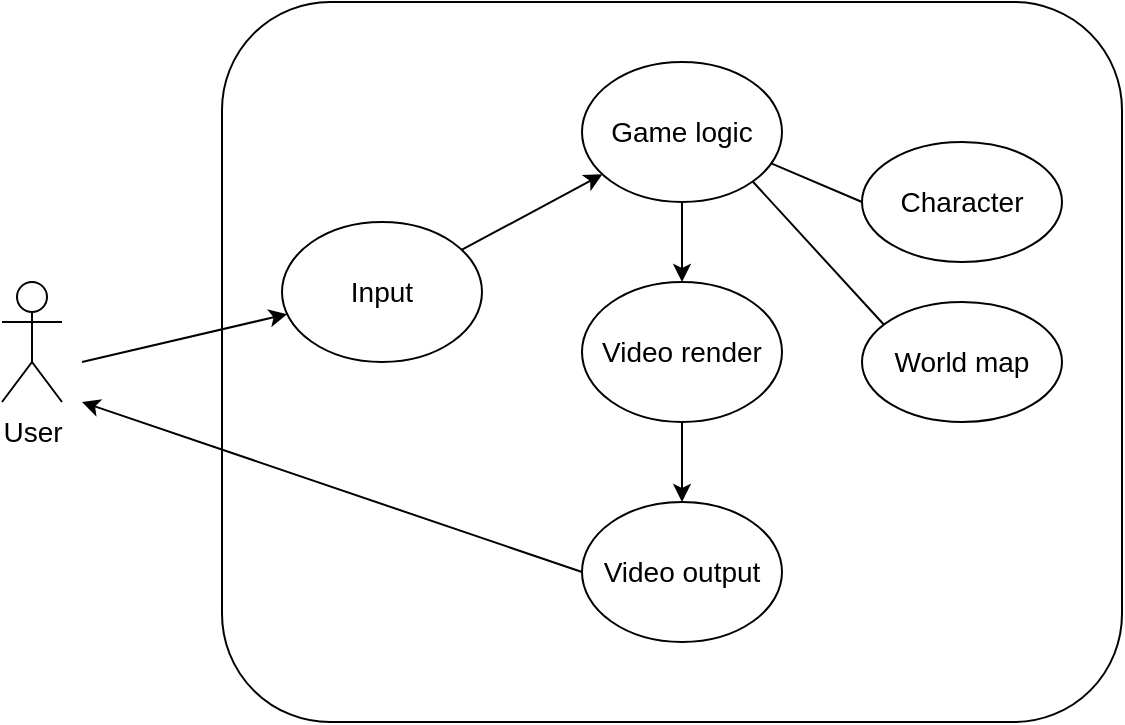
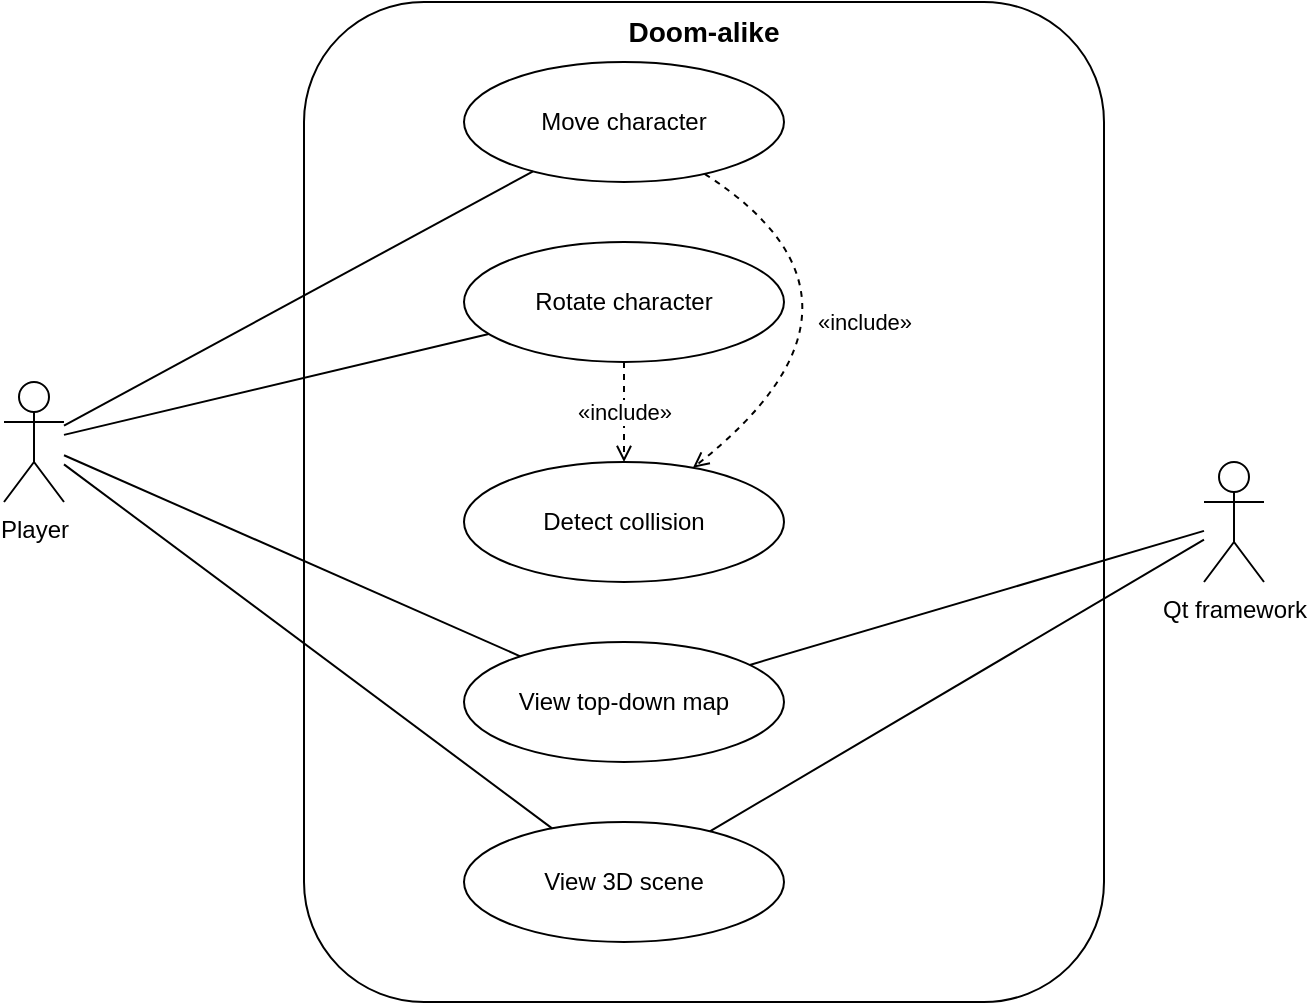
<mxfile host="Electron" agent="Mozilla/5.0 (Windows NT 10.0; Win64; x64) AppleWebKit/537.36 (KHTML, like Gecko) draw.io/29.6.6 Chrome/144.0.7559.236 Electron/40.8.4 Safari/537.36" version="29.6.6">
-   <diagram name="Page-1" id="4zs0jO5cwcz9qwuD7cei">
-     <mxGraphModel dx="983" dy="703" grid="1" gridSize="10" guides="1" tooltips="1" connect="1" arrows="1" fold="1" page="1" pageScale="1" pageWidth="850" pageHeight="1100" math="0" shadow="0">
+   <diagram name="Use Case" id="4zs0jO5cwcz9qwuD7cei">
+     <mxGraphModel dx="1426" dy="841" grid="1" gridSize="10" guides="1" tooltips="1" connect="1" arrows="1" fold="1" page="1" pageScale="1" pageWidth="850" pageHeight="1100" math="0" shadow="0">
      <root>
        <mxCell id="0" />
        <mxCell id="1" parent="0" />
-         <mxCell id="b_CLbPcl0MHerwcyEdIf-1" parent="1" style="shape=umlActor;verticalLabelPosition=bottom;verticalAlign=top;html=1;" value="&lt;font style=&quot;font-size: 14px;&quot;&gt;User&lt;/font&gt;&lt;div&gt;&lt;br&gt;&lt;/div&gt;" vertex="1">
-           <mxGeometry height="60" width="30" x="100" y="320" as="geometry" />
+         <mxCell id="ddKI2BPSaN-I5EmDwQ2g-1" parent="1" style="rounded=1;whiteSpace=wrap;html=1;verticalAlign=top;fontSize=14;fontStyle=1;" value="Doom-alike" vertex="1">
+           <mxGeometry height="500" width="400" x="220" y="250" as="geometry" />
        </mxCell>
-         <mxCell id="b_CLbPcl0MHerwcyEdIf-3" parent="1" style="rounded=1;whiteSpace=wrap;html=1;" value="" vertex="1">
-           <mxGeometry height="360" width="450" x="210" y="180" as="geometry" />
+         <mxCell id="ddKI2BPSaN-I5EmDwQ2g-2" parent="1" style="shape=umlActor;verticalLabelPosition=bottom;verticalAlign=top;html=1;" value="Player" vertex="1">
+           <mxGeometry height="60" width="30" x="70" y="440" as="geometry" />
        </mxCell>
-         <mxCell id="b_CLbPcl0MHerwcyEdIf-4" edge="1" parent="1" style="endArrow=classic;html=1;rounded=0;" target="b_CLbPcl0MHerwcyEdIf-5" value="">
-           <mxGeometry height="50" relative="1" width="50" as="geometry">
-             <mxPoint x="140" y="360" as="sourcePoint" />
-             <mxPoint x="170" y="390" as="targetPoint" />
+         <mxCell id="ddKI2BPSaN-I5EmDwQ2g-3" parent="1" style="shape=umlActor;verticalLabelPosition=bottom;verticalAlign=top;html=1;" value="Qt framework" vertex="1">
+           <mxGeometry height="60" width="30" x="670" y="480" as="geometry" />
+         </mxCell>
+         <mxCell id="ddKI2BPSaN-I5EmDwQ2g-4" parent="1" style="ellipse;whiteSpace=wrap;html=1;" value="Move character" vertex="1">
+           <mxGeometry height="60" width="160" x="300" y="280" as="geometry" />
+         </mxCell>
+         <mxCell id="ddKI2BPSaN-I5EmDwQ2g-5" parent="1" style="ellipse;whiteSpace=wrap;html=1;" value="Rotate character" vertex="1">
+           <mxGeometry height="60" width="160" x="300" y="370" as="geometry" />
+         </mxCell>
+         <mxCell id="ddKI2BPSaN-I5EmDwQ2g-6" parent="1" style="ellipse;whiteSpace=wrap;html=1;" value="Detect collision" vertex="1">
+           <mxGeometry height="60" width="160" x="300" y="480" as="geometry" />
+         </mxCell>
+         <mxCell id="ddKI2BPSaN-I5EmDwQ2g-7" parent="1" style="ellipse;whiteSpace=wrap;html=1;" value="View top-down map" vertex="1">
+           <mxGeometry height="60" width="160" x="300" y="570" as="geometry" />
+         </mxCell>
+         <mxCell id="ddKI2BPSaN-I5EmDwQ2g-8" parent="1" style="ellipse;whiteSpace=wrap;html=1;" value="View 3D scene" vertex="1">
+           <mxGeometry height="60" width="160" x="300" y="660" as="geometry" />
+         </mxCell>
+         <mxCell id="ddKI2BPSaN-I5EmDwQ2g-9" edge="1" parent="1" source="ddKI2BPSaN-I5EmDwQ2g-2" style="endArrow=none;html=1;" target="ddKI2BPSaN-I5EmDwQ2g-4">
+           <mxGeometry relative="1" as="geometry" />
+         </mxCell>
+         <mxCell id="ddKI2BPSaN-I5EmDwQ2g-10" edge="1" parent="1" source="ddKI2BPSaN-I5EmDwQ2g-2" style="endArrow=none;html=1;" target="ddKI2BPSaN-I5EmDwQ2g-5">
+           <mxGeometry relative="1" as="geometry" />
+         </mxCell>
+         <mxCell id="ddKI2BPSaN-I5EmDwQ2g-11" edge="1" parent="1" source="ddKI2BPSaN-I5EmDwQ2g-2" style="endArrow=none;html=1;" target="ddKI2BPSaN-I5EmDwQ2g-7">
+           <mxGeometry relative="1" as="geometry" />
+         </mxCell>
+         <mxCell id="ddKI2BPSaN-I5EmDwQ2g-12" edge="1" parent="1" source="ddKI2BPSaN-I5EmDwQ2g-2" style="endArrow=none;html=1;" target="ddKI2BPSaN-I5EmDwQ2g-8">
+           <mxGeometry relative="1" as="geometry" />
+         </mxCell>
+         <mxCell id="ddKI2BPSaN-I5EmDwQ2g-13" edge="1" parent="1" source="ddKI2BPSaN-I5EmDwQ2g-7" style="endArrow=none;html=1;" target="ddKI2BPSaN-I5EmDwQ2g-3">
+           <mxGeometry relative="1" as="geometry" />
+         </mxCell>
+         <mxCell id="ddKI2BPSaN-I5EmDwQ2g-14" edge="1" parent="1" source="ddKI2BPSaN-I5EmDwQ2g-8" style="endArrow=none;html=1;" target="ddKI2BPSaN-I5EmDwQ2g-3">
+           <mxGeometry relative="1" as="geometry" />
+         </mxCell>
+         <mxCell id="ddKI2BPSaN-I5EmDwQ2g-15" edge="1" parent="1" source="ddKI2BPSaN-I5EmDwQ2g-4" style="endArrow=open;dashed=1;html=1;rounded=0;curved=1;" target="ddKI2BPSaN-I5EmDwQ2g-6" value="«include»">
+           <mxGeometry relative="1" x="0.1111" y="-5" as="geometry">
+             <mxPoint as="offset" />
+             <Array as="points">
+               <mxPoint x="520" y="400" />
+             </Array>
          </mxGeometry>
        </mxCell>
-         <mxCell id="b_CLbPcl0MHerwcyEdIf-5" parent="1" style="ellipse;whiteSpace=wrap;html=1;" value="&lt;font style=&quot;font-size: 14px;&quot;&gt;Input&lt;/font&gt;" vertex="1">
-           <mxGeometry height="70" width="100" x="240" y="290" as="geometry" />
-         </mxCell>
-         <mxCell id="b_CLbPcl0MHerwcyEdIf-6" parent="1" style="ellipse;whiteSpace=wrap;html=1;" value="&lt;font style=&quot;font-size: 14px;&quot;&gt;Game logic&lt;/font&gt;" vertex="1">
-           <mxGeometry height="70" width="100" x="390" y="210" as="geometry" />
-         </mxCell>
-         <mxCell id="b_CLbPcl0MHerwcyEdIf-7" edge="1" parent="1" source="b_CLbPcl0MHerwcyEdIf-5" style="endArrow=classic;html=1;rounded=0;exitX=0.9;exitY=0.198;exitDx=0;exitDy=0;exitPerimeter=0;" target="b_CLbPcl0MHerwcyEdIf-6" value="">
-           <mxGeometry height="50" relative="1" width="50" as="geometry">
-             <mxPoint x="370" y="340" as="sourcePoint" />
-             <mxPoint x="420" y="290" as="targetPoint" />
-           </mxGeometry>
-         </mxCell>
-         <mxCell id="b_CLbPcl0MHerwcyEdIf-8" parent="1" style="ellipse;whiteSpace=wrap;html=1;" value="&lt;font style=&quot;font-size: 14px;&quot;&gt;Video render&lt;/font&gt;" vertex="1">
-           <mxGeometry height="70" width="100" x="390" y="320" as="geometry" />
-         </mxCell>
-         <mxCell id="b_CLbPcl0MHerwcyEdIf-9" parent="1" style="ellipse;whiteSpace=wrap;html=1;" value="&lt;font style=&quot;font-size: 14px;&quot;&gt;Video output&lt;/font&gt;" vertex="1">
-           <mxGeometry height="70" width="100" x="390" y="430" as="geometry" />
-         </mxCell>
-         <mxCell id="b_CLbPcl0MHerwcyEdIf-10" edge="1" parent="1" source="b_CLbPcl0MHerwcyEdIf-9" style="endArrow=classic;html=1;rounded=0;exitX=0;exitY=0.5;exitDx=0;exitDy=0;" value="">
-           <mxGeometry height="50" relative="1" width="50" as="geometry">
-             <mxPoint x="370" y="380" as="sourcePoint" />
-             <mxPoint x="140" y="380" as="targetPoint" />
-           </mxGeometry>
-         </mxCell>
-         <mxCell id="b_CLbPcl0MHerwcyEdIf-11" edge="1" parent="1" source="b_CLbPcl0MHerwcyEdIf-6" style="endArrow=classic;html=1;rounded=0;entryX=0.5;entryY=0;entryDx=0;entryDy=0;exitX=0.5;exitY=1;exitDx=0;exitDy=0;" target="b_CLbPcl0MHerwcyEdIf-8" value="">
-           <mxGeometry height="50" relative="1" width="50" as="geometry">
-             <mxPoint x="370" y="350" as="sourcePoint" />
-             <mxPoint x="420" y="300" as="targetPoint" />
-           </mxGeometry>
-         </mxCell>
-         <mxCell id="b_CLbPcl0MHerwcyEdIf-12" edge="1" parent="1" source="b_CLbPcl0MHerwcyEdIf-8" style="endArrow=classic;html=1;rounded=0;entryX=0.5;entryY=0;entryDx=0;entryDy=0;exitX=0.5;exitY=1;exitDx=0;exitDy=0;" target="b_CLbPcl0MHerwcyEdIf-9" value="">
-           <mxGeometry height="50" relative="1" width="50" as="geometry">
-             <mxPoint x="340" y="360" as="sourcePoint" />
-             <mxPoint x="390" y="310" as="targetPoint" />
-           </mxGeometry>
-         </mxCell>
-         <mxCell id="b_CLbPcl0MHerwcyEdIf-13" parent="1" style="ellipse;whiteSpace=wrap;html=1;" value="&lt;font style=&quot;font-size: 14px;&quot;&gt;Character&lt;/font&gt;" vertex="1">
-           <mxGeometry height="60" width="100" x="530" y="250" as="geometry" />
-         </mxCell>
-         <mxCell id="b_CLbPcl0MHerwcyEdIf-14" parent="1" style="ellipse;whiteSpace=wrap;html=1;" value="&lt;font style=&quot;font-size: 14px;&quot;&gt;World map&lt;/font&gt;" vertex="1">
-           <mxGeometry height="60" width="100" x="530" y="330" as="geometry" />
-         </mxCell>
-         <mxCell id="b_CLbPcl0MHerwcyEdIf-15" edge="1" parent="1" source="b_CLbPcl0MHerwcyEdIf-6" style="endArrow=none;html=1;rounded=0;entryX=0;entryY=0.5;entryDx=0;entryDy=0;exitX=0.949;exitY=0.726;exitDx=0;exitDy=0;exitPerimeter=0;" target="b_CLbPcl0MHerwcyEdIf-13" value="">
-           <mxGeometry height="50" relative="1" width="50" as="geometry">
-             <mxPoint x="470" y="340" as="sourcePoint" />
-             <mxPoint x="520" y="290" as="targetPoint" />
-           </mxGeometry>
-         </mxCell>
-         <mxCell id="b_CLbPcl0MHerwcyEdIf-16" edge="1" parent="1" source="b_CLbPcl0MHerwcyEdIf-6" style="endArrow=none;html=1;rounded=0;entryX=0.11;entryY=0.19;entryDx=0;entryDy=0;entryPerimeter=0;exitX=1;exitY=1;exitDx=0;exitDy=0;" target="b_CLbPcl0MHerwcyEdIf-14" value="">
-           <mxGeometry height="50" relative="1" width="50" as="geometry">
-             <mxPoint x="430" y="350" as="sourcePoint" />
-             <mxPoint x="480" y="300" as="targetPoint" />
-           </mxGeometry>
+         <mxCell id="ddKI2BPSaN-I5EmDwQ2g-16" edge="1" parent="1" source="ddKI2BPSaN-I5EmDwQ2g-5" style="endArrow=open;dashed=1;html=1;" target="ddKI2BPSaN-I5EmDwQ2g-6" value="«include»">
+           <mxGeometry relative="1" as="geometry" />
        </mxCell>
      </root>
    </mxGraphModel>
  </diagram>
</mxfile>
